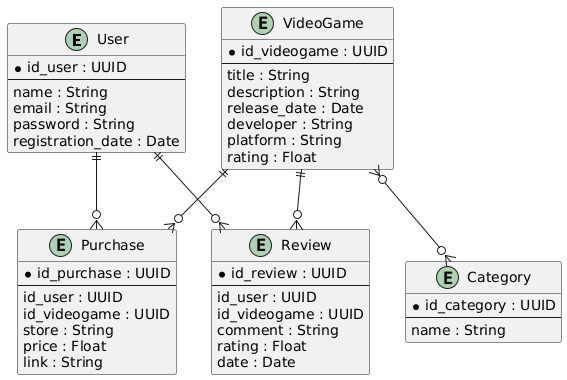
Earlier version of the PlantUML export BBDD/DER.png (Ivannunezrodriguez/Proyecto_Unir). Source of this version:
```plantuml
@startuml
entity User {
  * id_user : UUID
  --
  name : String
  email : String
  password : String
  registration_date : Date
}

entity VideoGame {
  * id_videogame : UUID
  --
  title : String
  description : String
  release_date : Date
  developer : String
  platform : String
  rating : Float
}

entity Category {
  * id_category : UUID
  --
  name : String
}

entity Review {
  * id_review : UUID
  --
  id_user : UUID
  id_videogame : UUID
  comment : String
  rating : Float
  date : Date
}

entity Purchase {
  * id_purchase : UUID
  --
  id_user : UUID
  id_videogame : UUID
  store : String
  price : Float
  link : String
}

User ||--o{ Review
User ||--o{ Purchase
VideoGame ||--o{ Review
VideoGame }o--o{ Category
VideoGame ||--o{ Purchase
@enduml
```
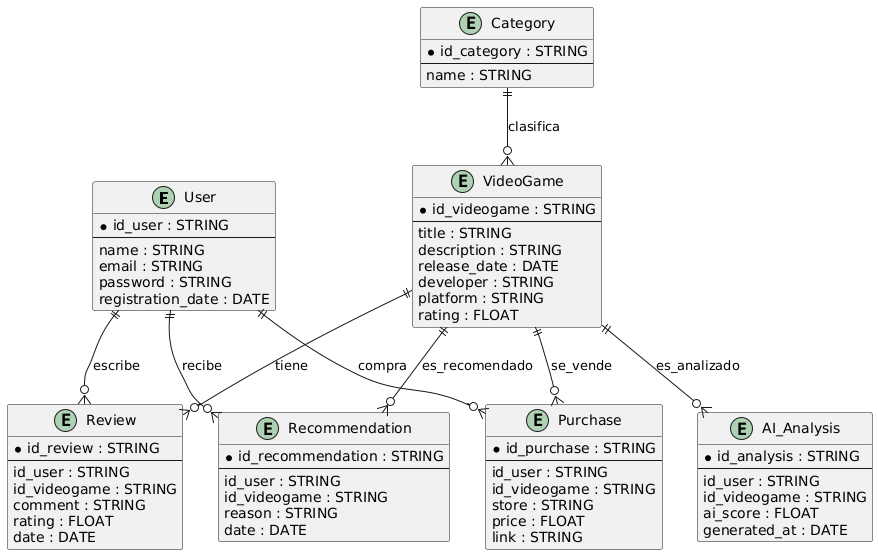
Above is the later version.

Diff of the diagram source:
```diff
@@ -1,53 +1,76 @@
 @startuml
-entity User {
-  * id_user : UUID
-  --
-  name : String
-  email : String
-  password : String
-  registration_date : Date
+!define UUID STRING
+
+entity "User" {
+    * id_user : UUID
+    --
+    name : STRING
+    email : STRING
+    password : STRING
+    registration_date : DATE
 }
 
-entity VideoGame {
-  * id_videogame : UUID
-  --
-  title : String
-  description : String
-  release_date : Date
-  developer : String
-  platform : String
-  rating : Float
+entity "VideoGame" {
+    * id_videogame : UUID
+    --
+    title : STRING
+    description : STRING
+    release_date : DATE
+    developer : STRING
+    platform : STRING
+    rating : FLOAT
 }
 
-entity Category {
-  * id_category : UUID
-  --
-  name : String
+entity "Category" {
+    * id_category : UUID
+    --
+    name : STRING
 }
 
-entity Review {
-  * id_review : UUID
-  --
-  id_user : UUID
-  id_videogame : UUID
-  comment : String
-  rating : Float
-  date : Date
+entity "Review" {
+    * id_review : UUID
+    --
+    id_user : UUID
+    id_videogame : UUID
+    comment : STRING
+    rating : FLOAT
+    date : DATE
 }
 
-entity Purchase {
-  * id_purchase : UUID
-  --
-  id_user : UUID
-  id_videogame : UUID
-  store : String
-  price : Float
-  link : String
+entity "Recommendation" {
+    * id_recommendation : UUID
+    --
+    id_user : UUID
+    id_videogame : UUID
+    reason : STRING
+    date : DATE
 }
 
-User ||--o{ Review
-User ||--o{ Purchase
-VideoGame ||--o{ Review
-VideoGame }o--o{ Category
-VideoGame ||--o{ Purchase
+entity "Purchase" {
+    * id_purchase : UUID
+    --
+    id_user : UUID
+    id_videogame : UUID
+    store : STRING
+    price : FLOAT
+    link : STRING
+}
+
+entity "AI_Analysis" {
+    * id_analysis : UUID
+    --
+    id_user : UUID
+    id_videogame : UUID
+    ai_score : FLOAT
+    generated_at : DATE
+}
+
+User ||--o{ Review : escribe
+User ||--o{ Recommendation : recibe
+User ||--o{ Purchase : compra
+VideoGame ||--o{ Review : tiene
+VideoGame ||--o{ Recommendation : es_recomendado
+VideoGame ||--o{ Purchase : se_vende
+VideoGame ||--o{ AI_Analysis : es_analizado
+Category ||--o{ VideoGame : clasifica
 @enduml
```
